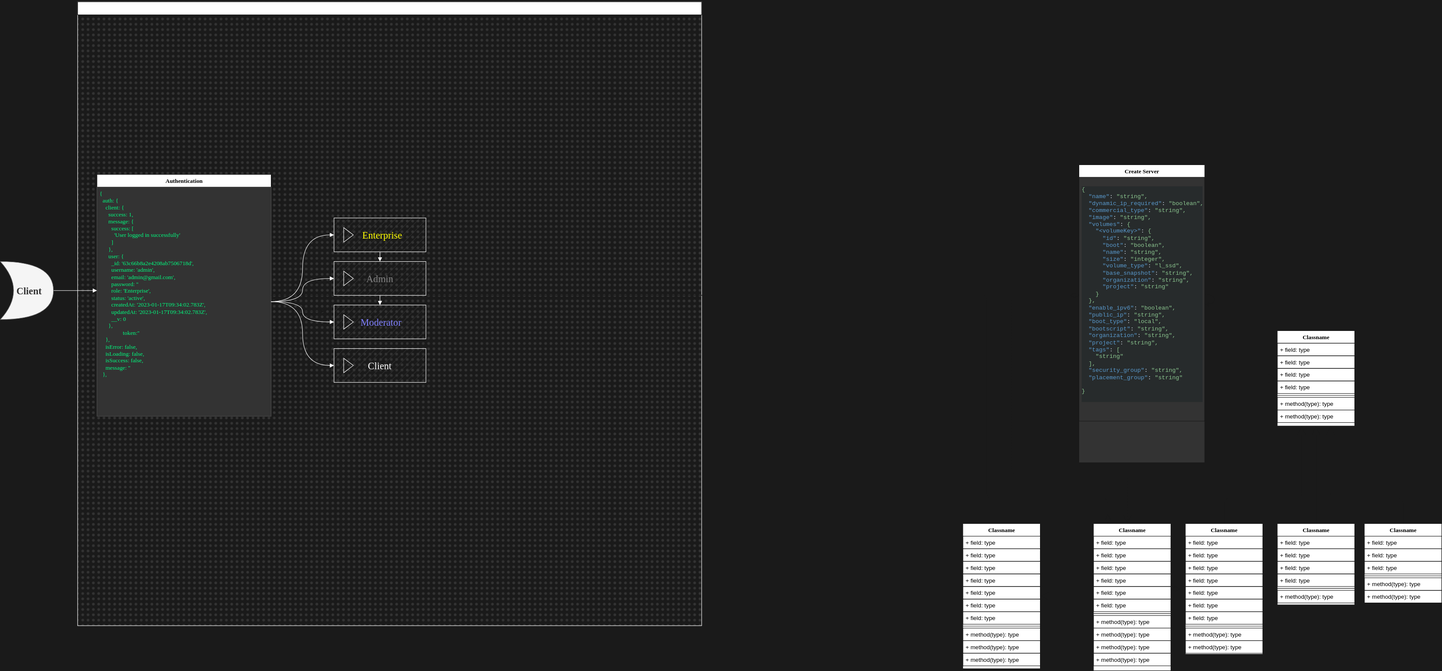
Earlier version of the draw.io export Sekkeizu/Sekkeizu.svg (S4nfs/Sekkeizu). Source tidied: cells renumbered, new cells last; positions are measured from the earlier drawing's top-left corner, leaving out a move shared by most shapes.
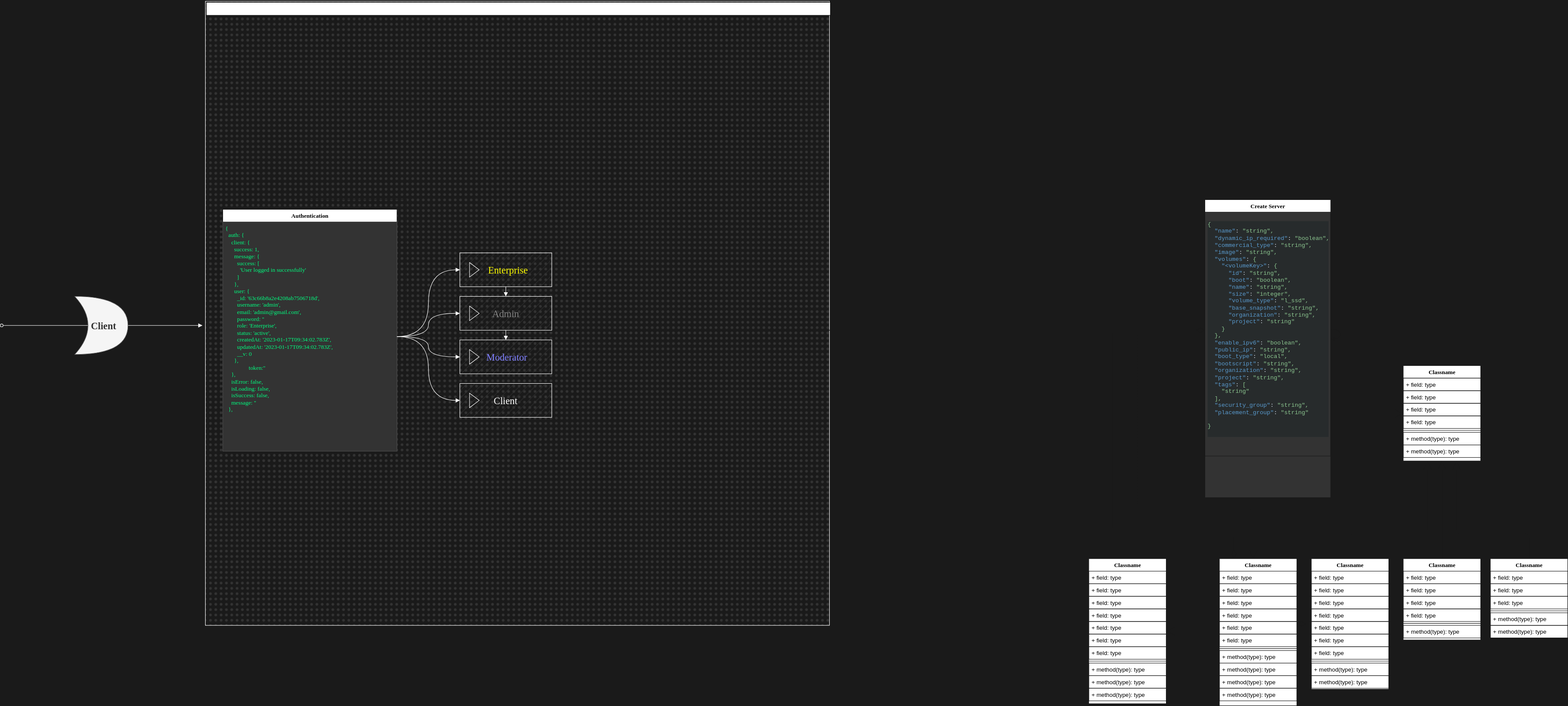
After the change.

Change to the diagram source:
```diff
@@ -3,7 +3,7 @@
     <mxCell id="0" />
     <mxCell id="1" parent="0" />
     <mxCell id="2" style="whiteSpace=wrap;html=1;strokeColor=#FFFFFF;fontFamily=Lucida Console;fontSize=20;fontColor=#00FF80;fillColor=#333333;gradientColor=none;fillStyle=dots;" parent="1" vertex="1">
-      <mxGeometry x="160" y="3" width="1290" height="1290" as="geometry" />
+      <mxGeometry x="164" y="-70" width="1290" height="1290" as="geometry" />
     </mxCell>
     <mxCell id="3" style="edgeStyle=orthogonalEdgeStyle;html=1;labelBackgroundColor=none;startFill=0;startSize=8;endArrow=open;endFill=0;endSize=16;fontFamily=Verdana;fontSize=12;dashed=1;strokeColor=#1A1A1A;" parent="1" edge="1" source="5" target="34">
       <mxGeometry relative="1" as="geometry">
@@ -254,11 +254,16 @@
     </mxCell>
     <mxCell id="77" style="edgeStyle=orthogonalEdgeStyle;sketch=0;jettySize=auto;html=1;exitX=1;exitY=0.5;exitDx=0;exitDy=0;exitPerimeter=0;strokeColor=#FFFFFF;fontFamily=Lucida Console;fontColor=#00FF80;rounded=0;endArrow=block;endFill=1;" parent="1" edge="1" source="78">
       <mxGeometry relative="1" as="geometry">
-        <mxPoint x="200" y="600" as="targetPoint" />
+        <mxPoint x="158" y="600" as="targetPoint" />
       </mxGeometry>
     </mxCell>
+    <mxCell id="95" style="edgeStyle=orthogonalEdgeStyle;curved=1;sketch=0;jettySize=auto;html=1;exitX=0.25;exitY=0.5;exitDx=0;exitDy=0;exitPerimeter=0;strokeColor=#FFFFFF;fontFamily=Lucida Console;fontSize=20;fontColor=#FFFFFF;endArrow=oval;endFill=0;" parent="1" edge="1" source="78">
+      <mxGeometry relative="1" as="geometry">
+        <mxPoint x="-257" y="600" as="targetPoint" />
+      </mxGeometry>
+    </mxCell>
     <mxCell id="78" value="&lt;div align=&quot;center&quot;&gt;&lt;b&gt;&lt;font style=&quot;font-size: 20px;&quot;&gt;&amp;nbsp; Client&lt;/font&gt;&lt;/b&gt;&lt;/div&gt;" style="shape=xor;whiteSpace=wrap;html=1;strokeColor=#666666;fontFamily=Lucida Console;fillColor=#f5f5f5;align=center;fontColor=#333333;" parent="1" vertex="1">
-      <mxGeometry y="540" width="110" height="120" as="geometry" />
+      <mxGeometry x="-106" y="540" width="110" height="120" as="geometry" />
     </mxCell>
     <mxCell id="79" style="edgeStyle=orthogonalEdgeStyle;curved=1;sketch=0;jettySize=auto;html=1;exitX=0.5;exitY=1;exitDx=0;exitDy=0;entryX=0.5;entryY=0;entryDx=0;entryDy=0;strokeColor=#FFFFFF;fontFamily=Lucida Console;fontSize=20;fontColor=#00FF80;endArrow=block;endFill=1;" parent="1" edge="1" source="80" target="85">
       <mxGeometry relative="1" as="geometry" />
@@ -302,11 +307,14 @@
     <mxCell id="92" style="edgeStyle=orthogonalEdgeStyle;curved=1;sketch=0;jettySize=auto;html=1;exitX=1;exitY=0.5;exitDx=0;exitDy=0;entryX=0;entryY=0.5;entryDx=0;entryDy=0;strokeColor=#FFFFFF;fontFamily=Lucida Console;fontSize=20;fontColor=#00FF80;endArrow=block;endFill=1;" parent="1" edge="1" source="6" target="87">
       <mxGeometry relative="1" as="geometry" />
     </mxCell>
+    <mxCell id="96" style="group;" parent="1" vertex="1">
+      <mxGeometry x="166" y="-72" width="1290" height="31" as="geometry" />
+    </mxCell>
-    <mxCell id="93" style="rounded=0;whiteSpace=wrap;html=1;fillStyle=solid;fontFamily=Lucida Console;fontSize=20;" parent="1" vertex="1">
-      <mxGeometry x="160" y="3" width="1290" height="27" as="geometry" />
+    <mxCell id="93" style="rounded=0;whiteSpace=wrap;html=1;fillStyle=solid;fontFamily=Lucida Console;fontSize=20;" parent="96" vertex="1">
+      <mxGeometry y="4" width="1290" height="27" as="geometry" />
     </mxCell>
-    <mxCell id="94" value="&lt;font color=&quot;#FFFFFF&quot;&gt;Authorization&lt;/font&gt;" style="text;html=1;strokeColor=none;fillColor=none;align=center;verticalAlign=middle;whiteSpace=wrap;rounded=0;fontSize=20;fontFamily=Lucida Console;fontColor=#00FF80;" parent="1" vertex="1">
-      <mxGeometry x="740" width="60" height="30" as="geometry" />
+    <mxCell id="94" value="&lt;font color=&quot;#FFFFFF&quot;&gt;Authorization&lt;/font&gt;" style="text;html=1;strokeColor=none;fillColor=none;align=center;verticalAlign=middle;whiteSpace=wrap;rounded=0;fontSize=20;fontFamily=Lucida Console;fontColor=#00FF80;" parent="96" vertex="1">
+      <mxGeometry x="543" width="164" height="31" as="geometry" />
     </mxCell>
   </root>
 </mxGraphModel>
```
